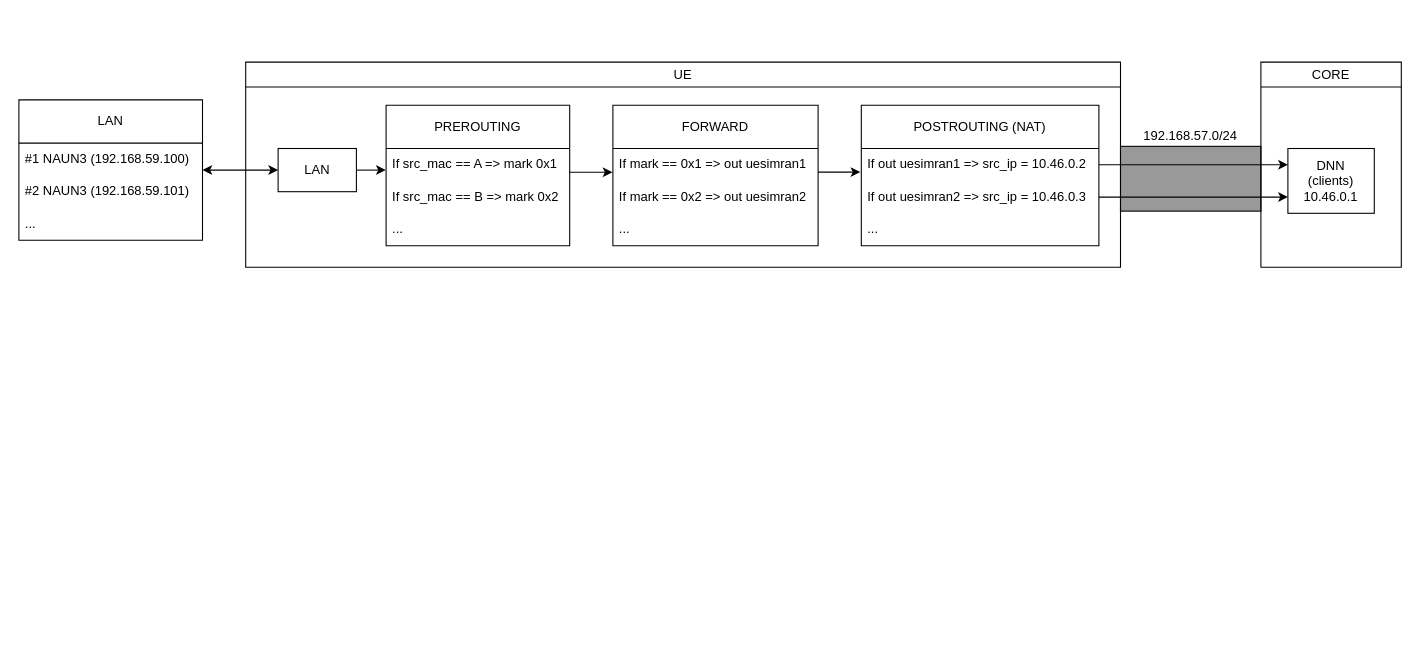
Above: page "Policy Based Routing" (3 of 5) of docs/5G Emulated Network/topology.drawio in davidjosearaujo/dissertation (draw.io), before the change. Source tidied: cells renumbered, new cells numbered last; positions are measured from the earlier drawing's top-left corner, leaving out a move shared by most shapes. Both pictures are drawn from the tidied source at 108%, with x=0, y=0 at pixel (18, 62).
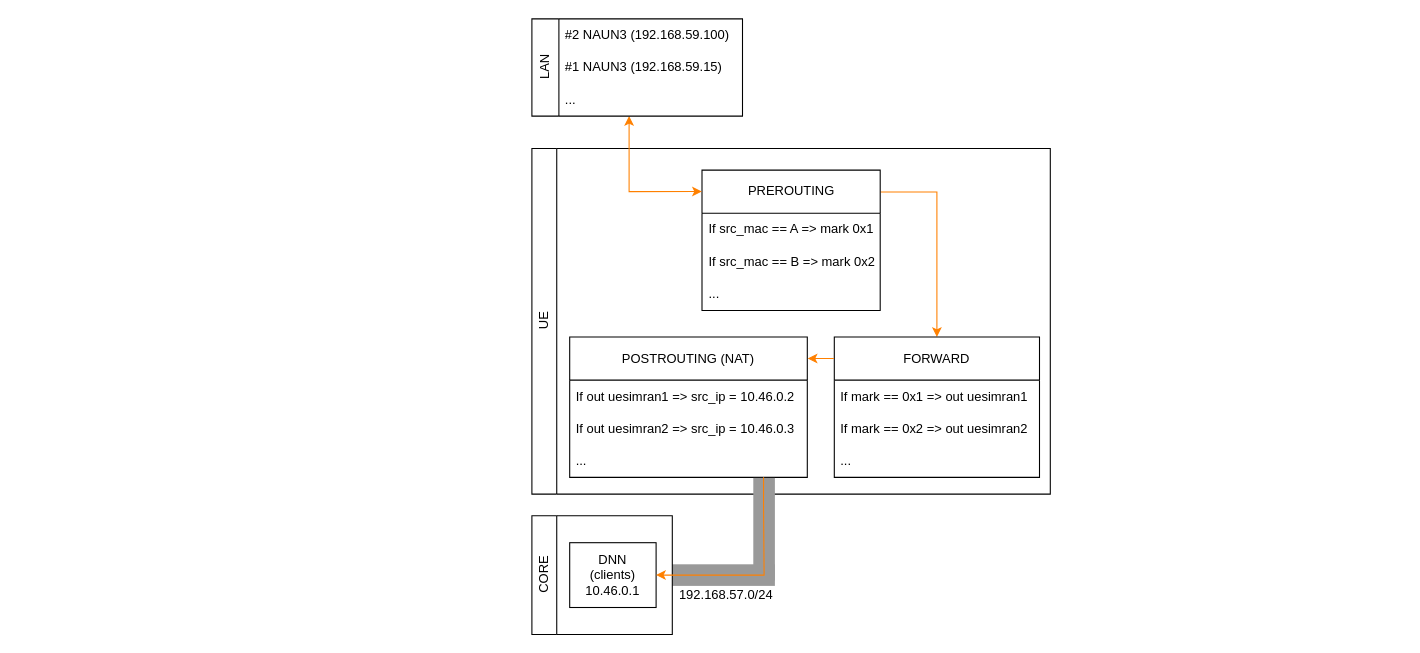
After the change.

Commit message (it also covers changes not shown here):
Update topology.drawio to reflect changes in browser version and improve diagram layout

The change refers to these unchanged cells:
```xml
<mxCell id="13" value="If mark == 0x1 =&amp;gt; out uesimran1" style="text;strokeColor=none;fillColor=none;align=left;verticalAlign=middle;spacingLeft=4;spacingRight=4;overflow=hidden;points=[[0,0.5],[1,0.5]];portConstraint=eastwest;whiteSpace=wrap;html=1;" parent="12" vertex="1">
  <mxGeometry y="40" width="190" height="30" as="geometry" />
</mxCell>
<mxCell id="18" value="If out uesimran1&amp;nbsp;=&amp;gt; src_ip = 10.46.0.2" style="text;strokeColor=none;fillColor=none;align=left;verticalAlign=middle;spacingLeft=4;spacingRight=4;overflow=hidden;points=[[0,0.5],[1,0.5]];portConstraint=eastwest;whiteSpace=wrap;html=1;" parent="17" vertex="1">
  <mxGeometry y="40" width="220" height="30" as="geometry" />
</mxCell>
<mxCell id="19" value="If out uesimran2&amp;nbsp;=&amp;gt; src_ip = 10.46.0.3" style="text;strokeColor=none;fillColor=none;align=left;verticalAlign=middle;spacingLeft=4;spacingRight=4;overflow=hidden;points=[[0,0.5],[1,0.5]];portConstraint=eastwest;whiteSpace=wrap;html=1;" parent="17" vertex="1">
  <mxGeometry y="70" width="220" height="30" as="geometry" />
</mxCell>
<mxCell id="20" value="..." style="text;strokeColor=none;fillColor=none;align=left;verticalAlign=middle;spacingLeft=4;spacingRight=4;overflow=hidden;points=[[0,0.5],[1,0.5]];portConstraint=eastwest;whiteSpace=wrap;html=1;" parent="17" vertex="1">
  <mxGeometry y="100" width="220" height="30" as="geometry" />
</mxCell>
```

The edit, as a diff of the source:
```diff
@@
-    <mxCell id="2" style="group;" parent="1" vertex="1">
-      <mxGeometry x="1020" y="60" width="130" height="78" as="geometry" />
-    </mxCell>
-    <mxCell id="3" style="rounded=0;whiteSpace=wrap;html=1;labelBackgroundColor=light-dark(#FFFFFF,#999999);fillColor=light-dark(#999999,#E6E6E6);" parent="2" vertex="1">
-      <mxGeometry y="18" width="130" height="60" as="geometry" />
-    </mxCell>
-    <mxCell id="4" value="192.168.57.0/24" style="text;html=1;align=center;verticalAlign=middle;whiteSpace=wrap;rounded=0;" parent="2" vertex="1">
-      <mxGeometry x="20" width="90" height="18" as="geometry" />
-    </mxCell>
-    <mxCell id="5" value="&lt;span style=&quot;font-weight: normal;&quot;&gt;UE&lt;/span&gt;" style="swimlane;whiteSpace=wrap;html=1;" parent="1" vertex="1">
-      <mxGeometry x="210" width="810" height="190" as="geometry" />
+    <mxCell id="5" value="&lt;span style=&quot;font-weight: normal;&quot;&gt;UE&lt;/span&gt;" style="swimlane;whiteSpace=wrap;html=1;horizontal=0;" parent="1" vertex="1">
+      <mxGeometry x="475" y="80" width="480" height="320" as="geometry" />
     </mxCell>
-    <mxCell id="6" style="edgeStyle=orthogonalEdgeStyle;rounded=0;jettySize=auto;html=1;exitX=1;exitY=0.5;exitDx=0;exitDy=0;entryX=-0.002;entryY=0.679;entryDx=0;entryDy=0;entryPerimeter=0;" parent="5" edge="1" source="7" target="9">
-      <mxGeometry relative="1" as="geometry" />
-    </mxCell>
-    <mxCell id="7" value="LAN" style="rounded=0;whiteSpace=wrap;html=1;" parent="5" vertex="1">
-      <mxGeometry x="30" y="80" width="72.5" height="40" as="geometry" />
-    </mxCell>
+    <mxCell id="16" style="edgeStyle=orthogonalEdgeStyle;rounded=0;jettySize=auto;html=1;exitX=1.002;exitY=0.156;exitDx=0;exitDy=0;exitPerimeter=0;entryX=0.5;entryY=0;entryDx=0;entryDy=0;strokeColor=#FF8000;" parent="5" edge="1" source="8" target="12">
+      <mxGeometry relative="1" as="geometry" />
+    </mxCell>
     <mxCell id="8" value="&lt;div style=&quot;text-align: left;&quot;&gt;&lt;span style=&quot;background-color: transparent; color: light-dark(rgb(0, 0, 0), rgb(255, 255, 255));&quot;&gt;PREROUTING&lt;/span&gt;&lt;/div&gt;" style="swimlane;fontStyle=0;horizontal=1;startSize=40;whiteSpace=wrap;html=1;" parent="5" vertex="1">
-      <mxGeometry x="130" y="40" width="170" height="130" as="geometry" />
+      <mxGeometry x="157.5" y="20" width="165" height="130" as="geometry" />
     </mxCell>
     <mxCell id="9" value="If src_mac == A =&amp;gt; mark 0x1" style="text;strokeColor=none;fillColor=none;align=left;verticalAlign=middle;spacingLeft=4;spacingRight=4;overflow=hidden;points=[[0,0.5],[1,0.5]];portConstraint=eastwest;whiteSpace=wrap;html=1;" parent="8" vertex="1">
-      <mxGeometry y="40" width="170" height="30" as="geometry" />
+      <mxGeometry y="40" width="165" height="30" as="geometry" />
     </mxCell>
     <mxCell id="10" value="If src_mac == B =&amp;gt; mark 0x2" style="text;strokeColor=none;fillColor=none;align=left;verticalAlign=middle;spacingLeft=4;spacingRight=4;overflow=hidden;whiteSpace=wrap;html=1;" parent="8" vertex="1">
-      <mxGeometry y="70" width="170" height="30" as="geometry" />
+      <mxGeometry y="70" width="165" height="30" as="geometry" />
     </mxCell>
     <mxCell id="11" value="..." style="text;strokeColor=none;fillColor=none;align=left;verticalAlign=middle;spacingLeft=4;spacingRight=4;overflow=hidden;whiteSpace=wrap;html=1;" parent="8" vertex="1">
-      <mxGeometry y="100" width="170" height="30" as="geometry" />
+      <mxGeometry y="100" width="165" height="30" as="geometry" />
     </mxCell>
     <mxCell id="12" value="&lt;div style=&quot;text-align: left;&quot;&gt;&lt;span style=&quot;background-color: transparent; color: light-dark(rgb(0, 0, 0), rgb(255, 255, 255));&quot;&gt;FORWARD&lt;/span&gt;&lt;/div&gt;" style="swimlane;fontStyle=0;horizontal=1;startSize=40;whiteSpace=wrap;html=1;" parent="5" vertex="1">
-      <mxGeometry x="340" y="40" width="190" height="130" as="geometry" />
+      <mxGeometry x="280" y="174.5" width="190" height="130" as="geometry" />
     </mxCell>
@@
-    <mxCell id="16" style="edgeStyle=orthogonalEdgeStyle;rounded=0;jettySize=auto;html=1;exitX=1;exitY=0.733;exitDx=0;exitDy=0;exitPerimeter=0;entryX=-0.002;entryY=0.728;entryDx=0;entryDy=0;entryPerimeter=0;" parent="5" edge="1" source="9" target="13">
-      <mxGeometry relative="1" as="geometry" />
-    </mxCell>
     <mxCell id="17" value="&lt;div style=&quot;text-align: left;&quot;&gt;&lt;span style=&quot;background-color: transparent; color: light-dark(rgb(0, 0, 0), rgb(255, 255, 255));&quot;&gt;POSTROUTING (NAT)&lt;/span&gt;&lt;/div&gt;" style="swimlane;fontStyle=0;horizontal=1;startSize=40;whiteSpace=wrap;html=1;" parent="5" vertex="1">
-      <mxGeometry x="570" y="40" width="220" height="130" as="geometry" />
+      <mxGeometry x="35" y="174.5" width="220" height="130" as="geometry" />
     </mxCell>
@@
-    <mxCell id="21" style="edgeStyle=orthogonalEdgeStyle;rounded=0;jettySize=auto;html=1;entryX=-0.004;entryY=0.729;entryDx=0;entryDy=0;exitX=1;exitY=0.729;exitDx=0;exitDy=0;exitPerimeter=0;entryPerimeter=0;" parent="5" edge="1" source="13" target="18">
+    <mxCell id="21" style="edgeStyle=orthogonalEdgeStyle;rounded=0;jettySize=auto;html=1;exitX=-0.002;exitY=0.154;exitDx=0;exitDy=0;exitPerimeter=0;entryX=1.002;entryY=0.153;entryDx=0;entryDy=0;entryPerimeter=0;strokeColor=#FF8000;" parent="5" edge="1" source="12" target="17">
       <mxGeometry relative="1" as="geometry" />
     </mxCell>
+    <mxCell id="31" style="rounded=0;whiteSpace=wrap;html=1;labelBackgroundColor=light-dark(#FFFFFF,#999999);fillColor=light-dark(#999999,#E6E6E6);strokeColor=none;" parent="1" vertex="1">
+      <mxGeometry x="605" y="465" width="95" height="20" as="geometry" />
+    </mxCell>
+    <mxCell id="3" style="rounded=0;whiteSpace=wrap;html=1;labelBackgroundColor=light-dark(#FFFFFF,#999999);fillColor=light-dark(#999999,#E6E6E6);strokeColor=none;" parent="1" vertex="1">
+      <mxGeometry x="680" y="385" width="20" height="95" as="geometry" />
+    </mxCell>
-    <mxCell id="22" value="&lt;span style=&quot;font-weight: 400;&quot;&gt;CORE&lt;/span&gt;" style="swimlane;whiteSpace=wrap;html=1;" parent="1" vertex="1">
-      <mxGeometry x="1150" width="130" height="190" as="geometry" />
+    <mxCell id="22" value="&lt;span style=&quot;font-weight: 400;&quot;&gt;CORE&lt;/span&gt;" style="swimlane;whiteSpace=wrap;html=1;horizontal=0;" parent="1" vertex="1">
+      <mxGeometry x="475" y="420" width="130" height="110" as="geometry" />
     </mxCell>
     <mxCell id="23" value="DNN&lt;div&gt;(clients)&lt;/div&gt;&lt;div&gt;10.46.0.1&lt;/div&gt;" style="rounded=0;whiteSpace=wrap;html=1;" parent="22" vertex="1">
-      <mxGeometry x="25" y="80" width="80" height="60" as="geometry" />
+      <mxGeometry x="35" y="25" width="80" height="60" as="geometry" />
     </mxCell>
-    <mxCell id="24" style="edgeStyle=orthogonalEdgeStyle;rounded=0;jettySize=auto;html=1;entryX=0;entryY=0.5;entryDx=0;entryDy=0;startArrow=classic;startFill=1;" parent="1" edge="1" source="25" target="7">
-      <mxGeometry relative="1" as="geometry" />
+    <mxCell id="24" style="edgeStyle=orthogonalEdgeStyle;rounded=0;jettySize=auto;html=1;entryX=-0.001;entryY=0.153;entryDx=0;entryDy=0;startArrow=classic;startFill=1;entryPerimeter=0;strokeColor=#FF8000;" parent="1" edge="1" source="25" target="8">
+      <mxGeometry relative="1" as="geometry">
+        <Array as="points">
+          <mxPoint x="565" y="120" />
+        </Array>
+      </mxGeometry>
     </mxCell>
-    <mxCell id="25" value="&lt;div style=&quot;text-align: left;&quot;&gt;&lt;span style=&quot;background-color: transparent; color: light-dark(rgb(0, 0, 0), rgb(255, 255, 255));&quot;&gt;LAN&lt;/span&gt;&lt;/div&gt;" style="swimlane;fontStyle=0;horizontal=1;startSize=40;whiteSpace=wrap;html=1;" parent="1" vertex="1">
-      <mxGeometry y="35" width="170" height="130" as="geometry" />
+    <mxCell id="25" value="&lt;div style=&quot;text-align: left;&quot;&gt;&lt;span style=&quot;background-color: transparent; color: light-dark(rgb(0, 0, 0), rgb(255, 255, 255));&quot;&gt;LAN&lt;/span&gt;&lt;/div&gt;" style="swimlane;fontStyle=0;horizontal=0;startSize=25;whiteSpace=wrap;html=1;" parent="1" vertex="1">
+      <mxGeometry x="475" y="-40" width="195" height="90" as="geometry" />
     </mxCell>
+    <mxCell id="27" value="#2 NAUN3 (192.168.59.100)" style="text;strokeColor=none;fillColor=none;align=left;verticalAlign=middle;spacingLeft=4;spacingRight=4;overflow=hidden;whiteSpace=wrap;html=1;" parent="25" vertex="1">
+      <mxGeometry x="25" width="170" height="30" as="geometry" />
+    </mxCell>
-    <mxCell id="26" value="#1 NAUN3 (192.168.59.100)" style="text;strokeColor=none;fillColor=none;align=left;verticalAlign=middle;spacingLeft=4;spacingRight=4;overflow=hidden;whiteSpace=wrap;html=1;" parent="25" vertex="1">
-      <mxGeometry y="40" width="170" height="30" as="geometry" />
+    <mxCell id="26" value="#1 NAUN3 (192.168.59.15)" style="text;strokeColor=none;fillColor=none;align=left;verticalAlign=middle;spacingLeft=4;spacingRight=4;overflow=hidden;whiteSpace=wrap;html=1;" parent="25" vertex="1">
+      <mxGeometry x="25" y="30" width="170" height="30" as="geometry" />
     </mxCell>
-    <mxCell id="27" value="#2 NAUN3 (192.168.59.101)" style="text;strokeColor=none;fillColor=none;align=left;verticalAlign=middle;spacingLeft=4;spacingRight=4;overflow=hidden;whiteSpace=wrap;html=1;" parent="25" vertex="1">
-      <mxGeometry y="70" width="170" height="30" as="geometry" />
-    </mxCell>
     <mxCell id="28" value="..." style="text;strokeColor=none;fillColor=none;align=left;verticalAlign=middle;spacingLeft=4;spacingRight=4;overflow=hidden;whiteSpace=wrap;html=1;" parent="25" vertex="1">
-      <mxGeometry y="100" width="170" height="30" as="geometry" />
+      <mxGeometry x="25" y="60" width="170" height="30" as="geometry" />
     </mxCell>
-    <mxCell id="29" style="edgeStyle=orthogonalEdgeStyle;rounded=0;jettySize=auto;html=1;exitX=1;exitY=0.5;exitDx=0;exitDy=0;entryX=0;entryY=0.25;entryDx=0;entryDy=0;" parent="1" edge="1" source="18" target="23">
-      <mxGeometry relative="1" as="geometry" />
-    </mxCell>
-    <mxCell id="30" style="edgeStyle=orthogonalEdgeStyle;rounded=0;jettySize=auto;html=1;exitX=1;exitY=0.5;exitDx=0;exitDy=0;entryX=0;entryY=0.75;entryDx=0;entryDy=0;" parent="1" edge="1" source="19" target="23">
-      <mxGeometry relative="1" as="geometry" />
+    <mxCell id="30" style="edgeStyle=orthogonalEdgeStyle;rounded=0;jettySize=auto;html=1;exitX=0.816;exitY=0.998;exitDx=0;exitDy=0;entryX=1;entryY=0.5;entryDx=0;entryDy=0;exitPerimeter=0;strokeColor=#FF8000;" parent="1" edge="1" source="20" target="23">
+      <mxGeometry relative="1" as="geometry">
+        <Array as="points">
+          <mxPoint x="690" y="410" />
+          <mxPoint x="690" y="410" />
+          <mxPoint x="690" y="475" />
+        </Array>
+      </mxGeometry>
     </mxCell>
+    <mxCell id="4" value="192.168.57.0/24" style="text;html=1;align=center;verticalAlign=middle;whiteSpace=wrap;rounded=0;rotation=0;" parent="1" vertex="1">
+      <mxGeometry x="610" y="485" width="90" height="18" as="geometry" />
+    </mxCell>
```
